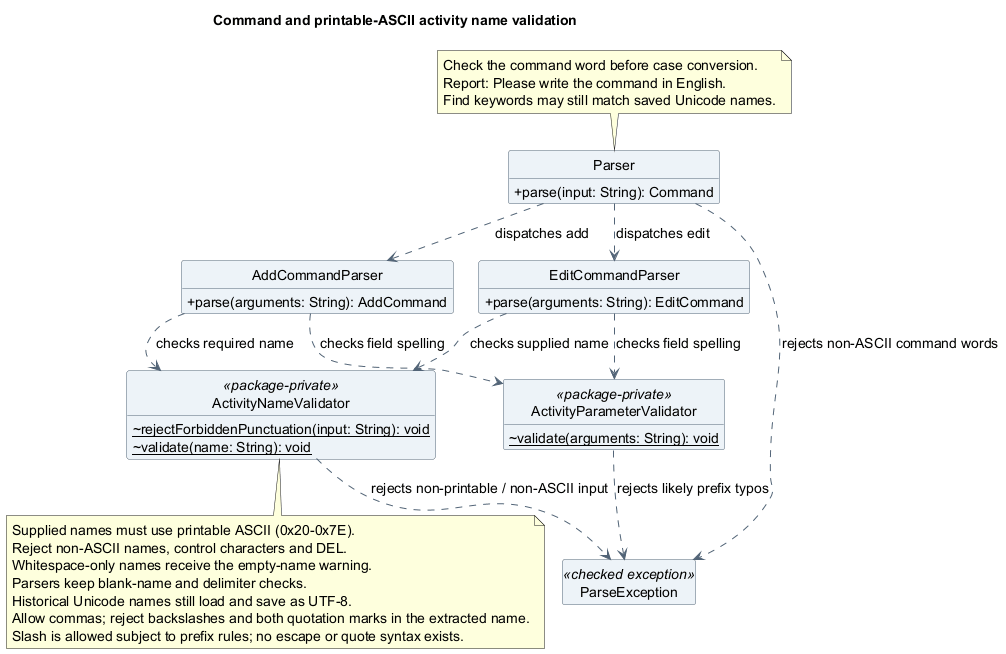
The PlantUML diagram docs/images/luke/class/ActivityNameValidatorClassDiagram.png in AY2627S1-CS2113-T10-4/tp, before a commit.
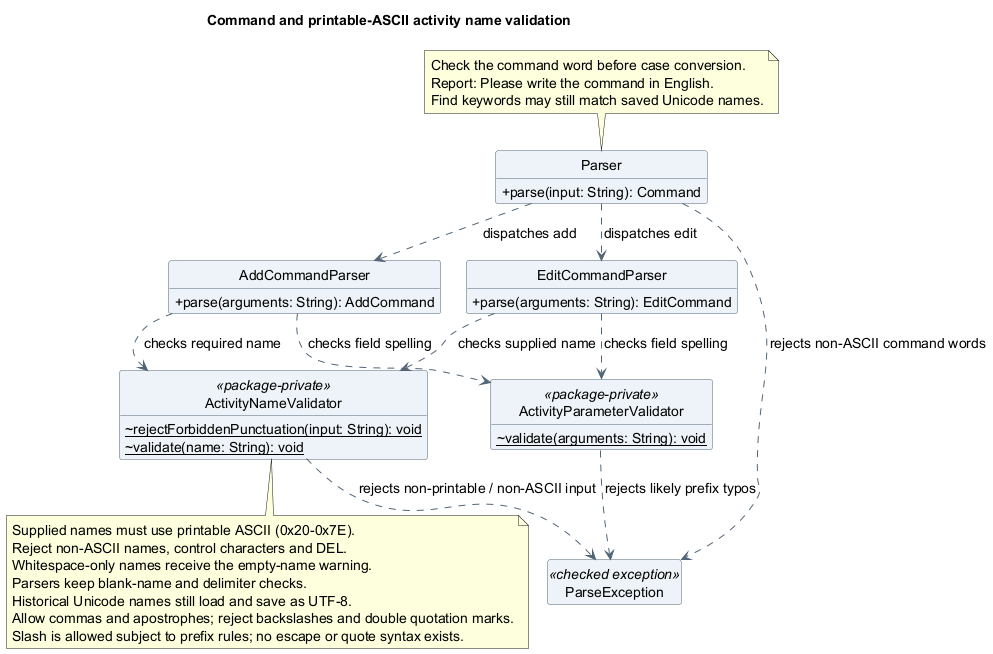
Later version of the same file.

Commit message:
fix(validation): allow apostrophes in activity names and verify birthday persistence

The edit, as a diff of the source:
```diff
@@ -52,7 +52,7 @@
   Whitespace-only names receive the empty-name warning.
   Parsers keep blank-name and delimiter checks.
   Historical Unicode names still load and save as UTF-8.
-  Allow commas; reject backslashes and both quotation marks in the extracted name.
+  Allow commas and apostrophes; reject backslashes and double quotation marks.
   Slash is allowed subject to prefix rules; no escape or quote syntax exists.
 end note
 @enduml
```
